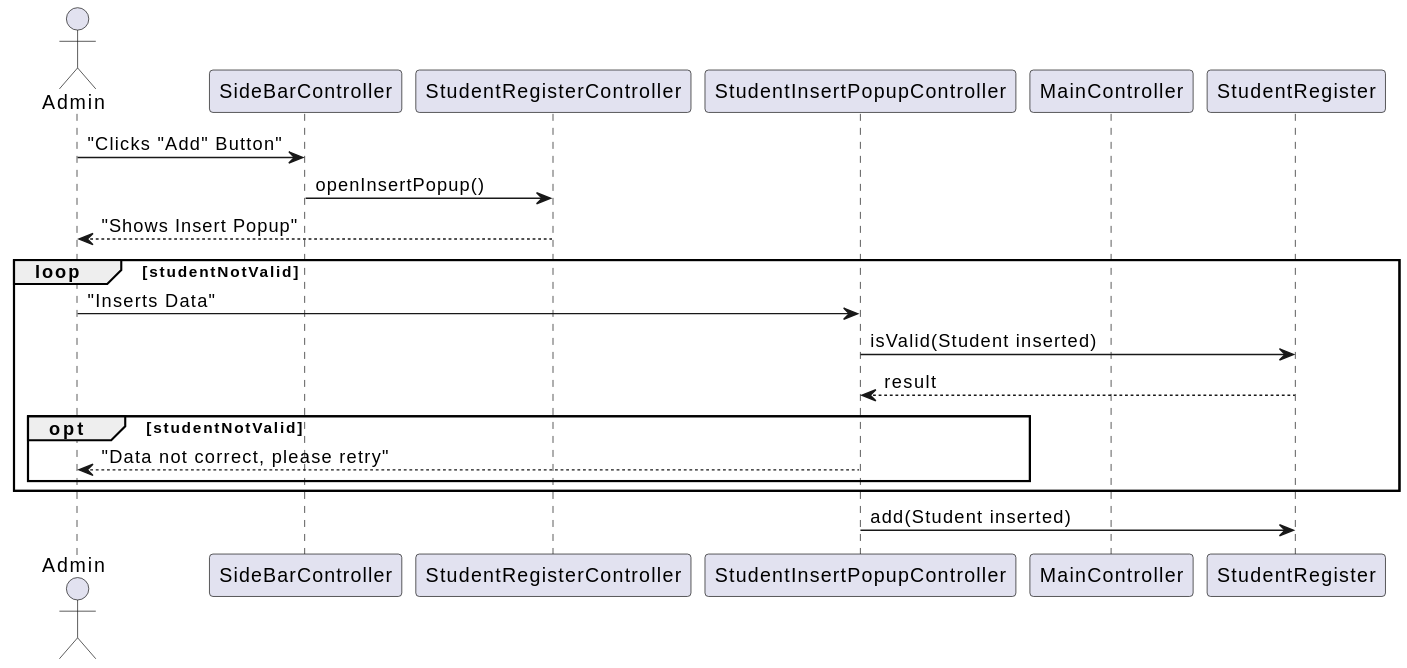
Earlier version of the PlantUML export docs/Sequence Diagrams/StudentInteractions/Add/StudentAdd.svg (cwke/LibraryManager). Its diagram source:
```plantuml
@startuml

actor Admin

participant SideBarController
participant StudentRegisterController
participant StudentInsertPopupController
participant MainController
participant StudentRegister

Admin -> SideBarController : "Clicks "Add" Button"
SideBarController -> StudentRegisterController : openInsertPopup()
StudentRegisterController --> Admin : "Shows Insert Popup"
loop studentNotValid
Admin -> StudentInsertPopupController : "Inserts Data"
StudentInsertPopupController -> StudentRegister : isValid(Student inserted)
StudentInsertPopupController <-- StudentRegister : result
opt studentNotValid
StudentInsertPopupController --> Admin : "Data not correct, please retry"
end
end
StudentInsertPopupController -> StudentRegister : add(Student inserted)
@enduml
```
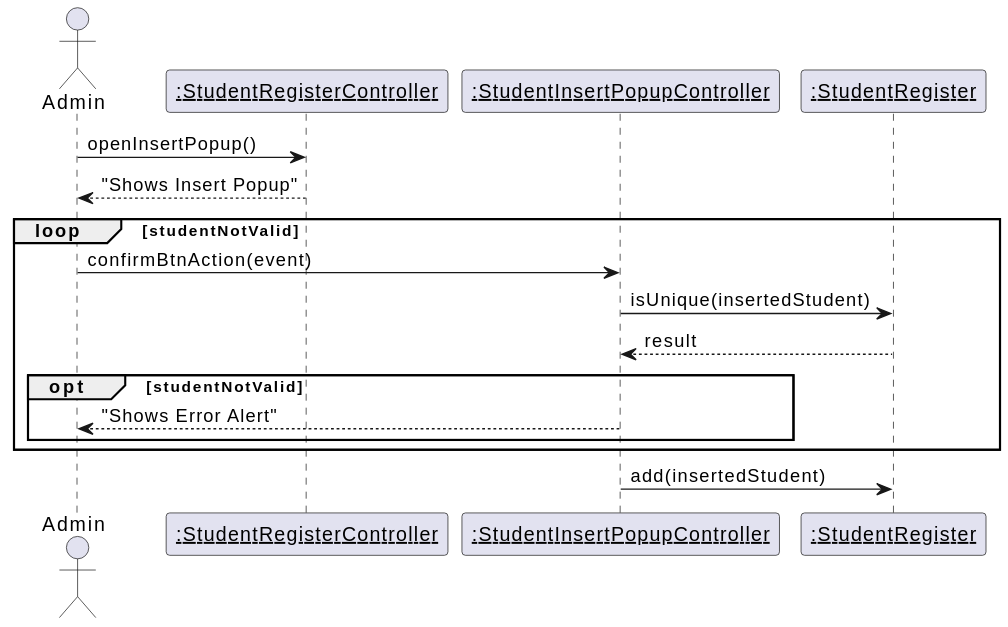
After the commit.

Change to the diagram source:
```diff
@@ -2,22 +2,19 @@
 
 actor Admin
 
-participant SideBarController
-participant StudentRegisterController
-participant StudentInsertPopupController
-participant MainController
-participant StudentRegister
+participant "<u>:StudentRegisterController" as StudentRegisterController
+participant "<u>:StudentInsertPopupController" as StudentInsertPopupController
+participant "<u>:StudentRegister" as StudentRegister
 
-Admin -> SideBarController : "Clicks "Add" Button"
-SideBarController -> StudentRegisterController : openInsertPopup()
+Admin -> StudentRegisterController : openInsertPopup()
 StudentRegisterController --> Admin : "Shows Insert Popup"
 loop studentNotValid
-Admin -> StudentInsertPopupController : "Inserts Data"
-StudentInsertPopupController -> StudentRegister : isValid(Student inserted)
+Admin -> StudentInsertPopupController : confirmBtnAction(event)
+StudentInsertPopupController -> StudentRegister : isUnique(insertedStudent)
 StudentInsertPopupController <-- StudentRegister : result
 opt studentNotValid
-StudentInsertPopupController --> Admin : "Data not correct, please retry"
+StudentInsertPopupController --> Admin : "Shows Error Alert"
 end
 end
-StudentInsertPopupController -> StudentRegister : add(Student inserted)
+StudentInsertPopupController -> StudentRegister : add(insertedStudent)
 @enduml
```
